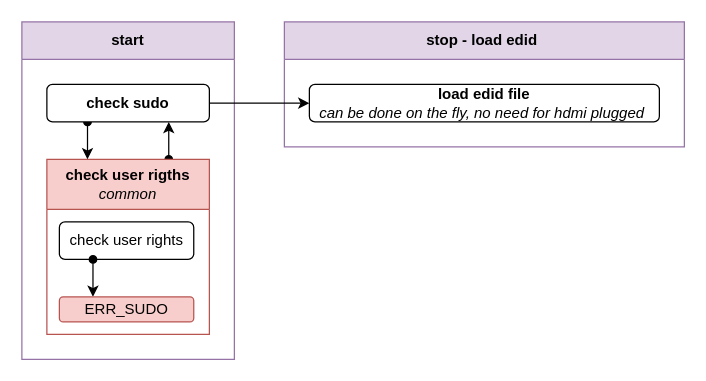
The draw.io diagram page "setup-process" (3 of 4) of docs/utils/drawio/arch.drawio in repeact/embedded-sw, before the edit. Source tidied: cells renumbered, new cells numbered last; positions are measured from the earlier drawing's top-left corner, leaving out a move shared by most shapes. Both pictures are drawn from the tidied source at 125%, with x=0, y=0 at pixel (21, 21).
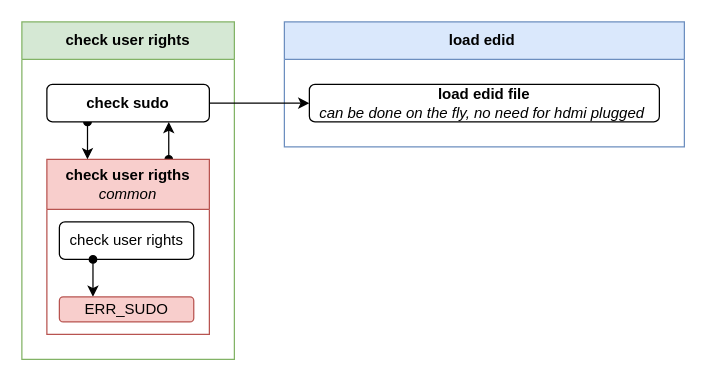
The same diagram, later.

Diff of the diagram source:
```diff
@@
 <mxGraphModel>
   <root>
     <mxCell id="0" />
     <mxCell id="1" parent="0" />
-    <mxCell id="2" value="start" style="swimlane;whiteSpace=wrap;html=1;startSize=30;fillColor=#e1d5e7;strokeColor=#9673a6;" parent="1" vertex="1">
+    <mxCell id="2" value="check user rights" style="swimlane;whiteSpace=wrap;html=1;startSize=30;fillColor=#d5e8d4;strokeColor=#82b366;" parent="1" vertex="1">
       <mxGeometry width="170" height="270" as="geometry" />
     </mxCell>
     <mxCell id="3" style="edgeStyle=orthogonalEdgeStyle;rounded=0;jettySize=auto;html=1;exitX=0.75;exitY=0;exitDx=0;exitDy=0;entryX=0.75;entryY=1;entryDx=0;entryDy=0;startArrow=oval;startFill=1;" parent="2" edge="1" source="4" target="9">
       <mxGeometry relative="1" as="geometry" />
     </mxCell>
     <mxCell id="4" value="check user rigths&lt;div&gt;&lt;i style=&quot;font-weight: normal;&quot;&gt;common&lt;/i&gt;&lt;/div&gt;" style="swimlane;whiteSpace=wrap;html=1;startSize=40;fillColor=#f8cecc;strokeColor=#b85450;" parent="2" vertex="1">
       <mxGeometry x="20" y="110" width="130" height="140" as="geometry" />
     </mxCell>
     <mxCell id="5" value="check user rights" style="rounded=1;whiteSpace=wrap;html=1;" parent="4" vertex="1">
       <mxGeometry x="10" y="50" width="107.5" height="30" as="geometry" />
     </mxCell>
     <mxCell id="6" style="edgeStyle=orthogonalEdgeStyle;rounded=0;jettySize=auto;html=1;entryX=0.25;entryY=0;entryDx=0;entryDy=0;startArrow=oval;startFill=1;exitX=0.25;exitY=1;exitDx=0;exitDy=0;" parent="4" edge="1" source="5" target="7">
       <mxGeometry relative="1" as="geometry" />
     </mxCell>
     <mxCell id="7" value="ERR_SUDO" style="rounded=1;whiteSpace=wrap;html=1;fillColor=#f8cecc;strokeColor=#b85450;" parent="4" vertex="1">
       <mxGeometry x="10" y="110" width="107.5" height="20" as="geometry" />
     </mxCell>
     <mxCell id="8" style="edgeStyle=orthogonalEdgeStyle;rounded=0;jettySize=auto;html=1;exitX=0.25;exitY=1;exitDx=0;exitDy=0;entryX=0.25;entryY=0;entryDx=0;entryDy=0;startArrow=oval;startFill=1;" parent="2" edge="1" source="9" target="4">
       <mxGeometry relative="1" as="geometry" />
     </mxCell>
     <mxCell id="9" value="&lt;b&gt;check sudo&lt;/b&gt;" style="rounded=1;whiteSpace=wrap;html=1;" parent="2" vertex="1">
       <mxGeometry x="20" y="50" width="130" height="30" as="geometry" />
     </mxCell>
-    <mxCell id="10" value="stop -&amp;nbsp;&lt;span style=&quot;background-color: transparent; color: light-dark(rgb(0, 0, 0), rgb(255, 255, 255));&quot;&gt;load edid&amp;nbsp;&lt;/span&gt;" style="swimlane;whiteSpace=wrap;html=1;startSize=30;fillColor=#e1d5e7;strokeColor=#9673a6;" parent="1" vertex="1">
+    <mxCell id="10" value="&lt;span style=&quot;background-color: transparent; color: light-dark(rgb(0, 0, 0), rgb(255, 255, 255));&quot;&gt;load edid&amp;nbsp;&lt;/span&gt;" style="swimlane;whiteSpace=wrap;html=1;startSize=30;fillColor=#dae8fc;strokeColor=#6c8ebf;" parent="1" vertex="1">
       <mxGeometry x="210" width="320" height="100" as="geometry" />
     </mxCell>
     <mxCell id="11" value="&lt;b&gt;load edid file&lt;/b&gt;&lt;br&gt;&lt;i&gt;can be done on the fly, no need for hdmi plugged&amp;nbsp;&lt;/i&gt;" style="rounded=1;whiteSpace=wrap;html=1;" parent="10" vertex="1">
       <mxGeometry x="20" y="50" width="280" height="30" as="geometry" />
     </mxCell>
     <mxCell id="12" style="edgeStyle=orthogonalEdgeStyle;rounded=0;jettySize=auto;html=1;exitX=1;exitY=0.5;exitDx=0;exitDy=0;entryX=0;entryY=0.5;entryDx=0;entryDy=0;" parent="1" edge="1" source="9" target="11">
       <mxGeometry relative="1" as="geometry" />
     </mxCell>
   </root>
 </mxGraphModel>
```
